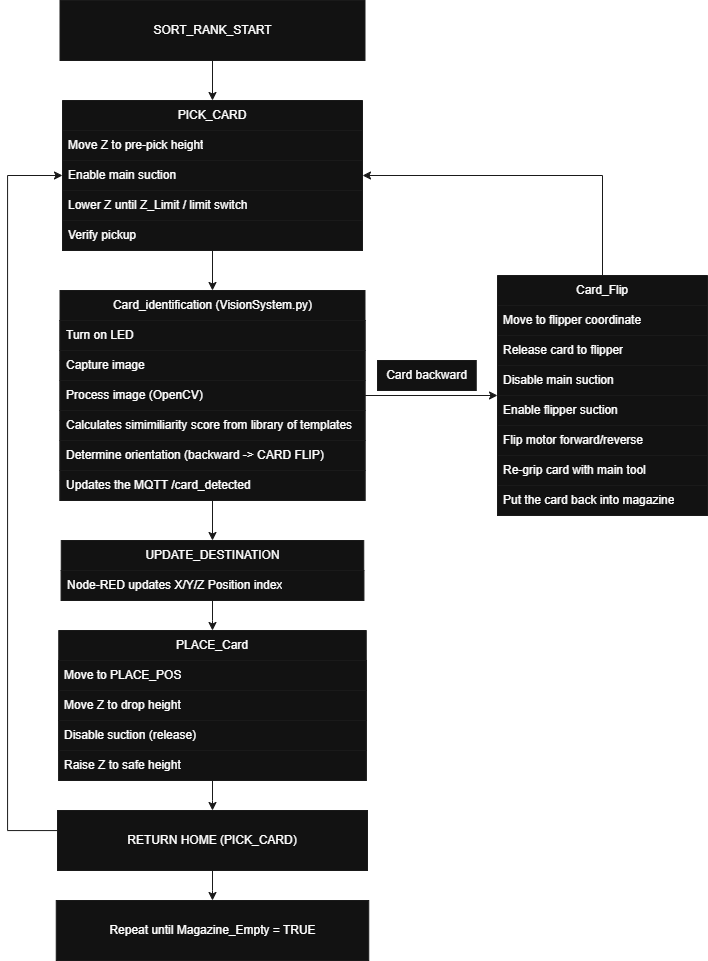
Above: image/sequential_diagram_ranks.png in Finche01/mechatronics-card-sorting-system (draw.io), before the change. Source tidied: cells renumbered, new cells last; positions are measured from the earlier drawing's top-left corner, leaving out a move shared by most shapes.
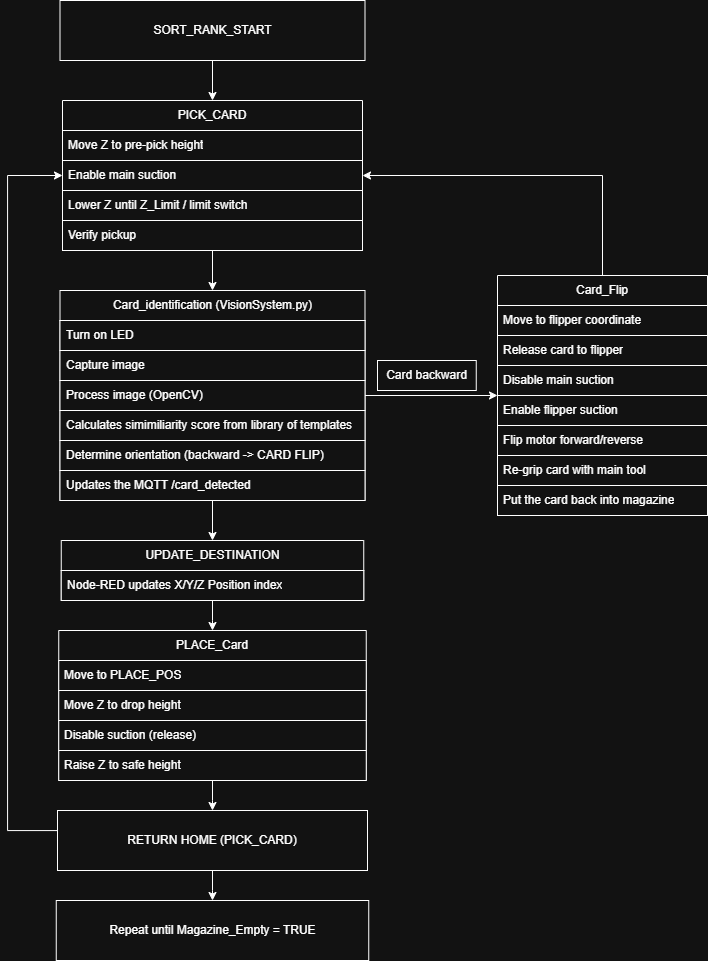
After the commit.

Commit message:
Signed-off-by: Finche01 <j_hyun@outlook.com>

Diff of the diagram source:
```diff
@@ -2,100 +2,100 @@
   <root>
     <mxCell id="0" />
     <mxCell id="1" parent="0" />
-    <mxCell id="2" style="edgeStyle=orthogonalEdgeStyle;rounded=0;jettySize=auto;html=1;strokeColor=light-dark(#000000,#1A1A1A);" parent="1" edge="1" source="3" target="20">
+    <mxCell id="2" style="edgeStyle=orthogonalEdgeStyle;rounded=0;jettySize=auto;html=1;strokeColor=light-dark(#000000,#FFFFFF);" parent="1" edge="1" source="3" target="20">
       <mxGeometry relative="1" as="geometry" />
     </mxCell>
-    <mxCell id="3" value="PICK_CARD" style="swimlane;fontStyle=0;horizontal=1;startSize=30;whiteSpace=wrap;html=1;strokeColor=light-dark(#000000,#1A1A1A);" parent="1" vertex="1">
+    <mxCell id="3" value="PICK_CARD" style="swimlane;fontStyle=0;horizontal=1;startSize=30;whiteSpace=wrap;html=1;strokeColor=light-dark(#000000,#FFFFFF);" parent="1" vertex="1">
       <mxGeometry x="55" y="100" width="300" height="150" as="geometry" />
     </mxCell>
-    <mxCell id="4" value=" Move Z to pre-pick height" style="text;strokeColor=light-dark(#000000,#1A1A1A);fillColor=default;align=left;verticalAlign=middle;spacingLeft=4;spacingRight=4;overflow=hidden;whiteSpace=wrap;html=1;" parent="3" vertex="1">
+    <mxCell id="4" value=" Move Z to pre-pick height" style="text;strokeColor=light-dark(#000000,#FFFFFF);fillColor=default;align=left;verticalAlign=middle;spacingLeft=4;spacingRight=4;overflow=hidden;whiteSpace=wrap;html=1;" parent="3" vertex="1">
       <mxGeometry y="30" width="300" height="30" as="geometry" />
     </mxCell>
-    <mxCell id="5" value="Enable main suction" style="text;strokeColor=light-dark(#000000,#1A1A1A);fillColor=default;align=left;verticalAlign=middle;spacingLeft=4;spacingRight=4;overflow=hidden;points=[[0,0.5],[1,0.5]];portConstraint=eastwest;whiteSpace=wrap;html=1;" parent="3" vertex="1">
+    <mxCell id="5" value="Enable main suction" style="text;strokeColor=light-dark(#000000,#FFFFFF);fillColor=default;align=left;verticalAlign=middle;spacingLeft=4;spacingRight=4;overflow=hidden;points=[[0,0.5],[1,0.5]];portConstraint=eastwest;whiteSpace=wrap;html=1;" parent="3" vertex="1">
       <mxGeometry y="60" width="300" height="30" as="geometry" />
     </mxCell>
-    <mxCell id="6" value="Lower Z until Z_Limit / limit switch&amp;nbsp;" style="text;strokeColor=light-dark(#000000,#1A1A1A);fillColor=default;align=left;verticalAlign=middle;spacingLeft=4;spacingRight=4;overflow=hidden;whiteSpace=wrap;html=1;" parent="3" vertex="1">
+    <mxCell id="6" value="Lower Z until Z_Limit / limit switch&amp;nbsp;" style="text;strokeColor=light-dark(#000000,#FFFFFF);fillColor=default;align=left;verticalAlign=middle;spacingLeft=4;spacingRight=4;overflow=hidden;whiteSpace=wrap;html=1;" parent="3" vertex="1">
       <mxGeometry y="90" width="300" height="30" as="geometry" />
     </mxCell>
-    <mxCell id="7" value="Verify pickup" style="text;strokeColor=light-dark(#000000,#1A1A1A);fillColor=default;align=left;verticalAlign=middle;spacingLeft=4;spacingRight=4;overflow=hidden;whiteSpace=wrap;html=1;" parent="3" vertex="1">
+    <mxCell id="7" value="Verify pickup" style="text;strokeColor=light-dark(#000000,#FFFFFF);fillColor=default;align=left;verticalAlign=middle;spacingLeft=4;spacingRight=4;overflow=hidden;whiteSpace=wrap;html=1;" parent="3" vertex="1">
       <mxGeometry y="120" width="300" height="30" as="geometry" />
     </mxCell>
-    <mxCell id="8" style="edgeStyle=orthogonalEdgeStyle;rounded=0;jettySize=auto;html=1;entryX=1;entryY=0.5;entryDx=0;entryDy=0;strokeColor=light-dark(#000000,#1A1A1A);" parent="1" edge="1" source="9" target="5">
+    <mxCell id="8" style="edgeStyle=orthogonalEdgeStyle;rounded=0;jettySize=auto;html=1;entryX=1;entryY=0.5;entryDx=0;entryDy=0;strokeColor=light-dark(#000000,#FFFFFF);" parent="1" edge="1" source="9" target="5">
       <mxGeometry relative="1" as="geometry" />
     </mxCell>
-    <mxCell id="9" value="Card_Flip" style="swimlane;fontStyle=0;horizontal=1;startSize=30;whiteSpace=wrap;html=1;strokeColor=light-dark(#000000,#1A1A1A);" parent="1" vertex="1">
+    <mxCell id="9" value="Card_Flip" style="swimlane;fontStyle=0;horizontal=1;startSize=30;whiteSpace=wrap;html=1;strokeColor=light-dark(#000000,#FFFFFF);" parent="1" vertex="1">
       <mxGeometry x="490" y="275" width="210" height="240" as="geometry" />
     </mxCell>
-    <mxCell id="10" value="Move to flipper coordinate" style="text;strokeColor=light-dark(#000000,#1A1A1A);fillColor=default;align=left;verticalAlign=middle;spacingLeft=4;spacingRight=4;overflow=hidden;whiteSpace=wrap;html=1;" parent="9" vertex="1">
+    <mxCell id="10" value="Move to flipper coordinate" style="text;strokeColor=light-dark(#000000,#FFFFFF);fillColor=default;align=left;verticalAlign=middle;spacingLeft=4;spacingRight=4;overflow=hidden;whiteSpace=wrap;html=1;" parent="9" vertex="1">
       <mxGeometry y="30" width="210" height="30" as="geometry" />
     </mxCell>
-    <mxCell id="11" value="Release card to flipper" style="text;strokeColor=light-dark(#000000,#1A1A1A);fillColor=default;align=left;verticalAlign=middle;spacingLeft=4;spacingRight=4;overflow=hidden;whiteSpace=wrap;html=1;" parent="9" vertex="1">
+    <mxCell id="11" value="Release card to flipper" style="text;strokeColor=light-dark(#000000,#FFFFFF);fillColor=default;align=left;verticalAlign=middle;spacingLeft=4;spacingRight=4;overflow=hidden;whiteSpace=wrap;html=1;" parent="9" vertex="1">
       <mxGeometry y="60" width="210" height="30" as="geometry" />
     </mxCell>
-    <mxCell id="12" value="Disable main suction" style="text;strokeColor=light-dark(#000000,#1A1A1A);fillColor=default;align=left;verticalAlign=middle;spacingLeft=4;spacingRight=4;overflow=hidden;whiteSpace=wrap;html=1;" parent="9" vertex="1">
+    <mxCell id="12" value="Disable main suction" style="text;strokeColor=light-dark(#000000,#FFFFFF);fillColor=default;align=left;verticalAlign=middle;spacingLeft=4;spacingRight=4;overflow=hidden;whiteSpace=wrap;html=1;" parent="9" vertex="1">
       <mxGeometry y="90" width="210" height="30" as="geometry" />
     </mxCell>
-    <mxCell id="13" value="Enable flipper suction" style="text;strokeColor=light-dark(#000000,#1A1A1A);fillColor=default;align=left;verticalAlign=middle;spacingLeft=4;spacingRight=4;overflow=hidden;whiteSpace=wrap;html=1;" parent="9" vertex="1">
+    <mxCell id="13" value="Enable flipper suction" style="text;strokeColor=light-dark(#000000,#FFFFFF);fillColor=default;align=left;verticalAlign=middle;spacingLeft=4;spacingRight=4;overflow=hidden;whiteSpace=wrap;html=1;" parent="9" vertex="1">
       <mxGeometry y="120" width="210" height="30" as="geometry" />
     </mxCell>
-    <mxCell id="14" value="Flip motor forward/reverse" style="text;strokeColor=light-dark(#000000,#1A1A1A);fillColor=default;align=left;verticalAlign=middle;spacingLeft=4;spacingRight=4;overflow=hidden;whiteSpace=wrap;html=1;" parent="9" vertex="1">
+    <mxCell id="14" value="Flip motor forward/reverse" style="text;strokeColor=light-dark(#000000,#FFFFFF);fillColor=default;align=left;verticalAlign=middle;spacingLeft=4;spacingRight=4;overflow=hidden;whiteSpace=wrap;html=1;" parent="9" vertex="1">
       <mxGeometry y="150" width="210" height="30" as="geometry" />
     </mxCell>
-    <mxCell id="15" value="Re-grip card with main tool" style="text;strokeColor=light-dark(#000000,#1A1A1A);fillColor=default;align=left;verticalAlign=middle;spacingLeft=4;spacingRight=4;overflow=hidden;whiteSpace=wrap;html=1;" parent="9" vertex="1">
+    <mxCell id="15" value="Re-grip card with main tool" style="text;strokeColor=light-dark(#000000,#FFFFFF);fillColor=default;align=left;verticalAlign=middle;spacingLeft=4;spacingRight=4;overflow=hidden;whiteSpace=wrap;html=1;" parent="9" vertex="1">
       <mxGeometry y="180" width="210" height="30" as="geometry" />
     </mxCell>
-    <mxCell id="16" value="Put the card back into magazine" style="text;strokeColor=light-dark(#000000,#1A1A1A);fillColor=default;align=left;verticalAlign=middle;spacingLeft=4;spacingRight=4;overflow=hidden;whiteSpace=wrap;html=1;" parent="9" vertex="1">
+    <mxCell id="16" value="Put the card back into magazine" style="text;strokeColor=light-dark(#000000,#FFFFFF);fillColor=default;align=left;verticalAlign=middle;spacingLeft=4;spacingRight=4;overflow=hidden;whiteSpace=wrap;html=1;" parent="9" vertex="1">
       <mxGeometry y="210" width="210" height="30" as="geometry" />
     </mxCell>
-    <mxCell id="17" value="Card backward" style="text;html=1;whiteSpace=wrap;strokeColor=light-dark(#000000,#1A1A1A);fillColor=default;align=center;verticalAlign=middle;rounded=0;" parent="1" vertex="1">
+    <mxCell id="17" value="Card backward" style="text;html=1;whiteSpace=wrap;strokeColor=light-dark(#000000,#FFFFFF);fillColor=default;align=center;verticalAlign=middle;rounded=0;" parent="1" vertex="1">
       <mxGeometry x="370" y="360" width="98.8" height="30" as="geometry" />
     </mxCell>
-    <mxCell id="18" style="edgeStyle=orthogonalEdgeStyle;rounded=0;jettySize=auto;html=1;strokeColor=light-dark(#000000,#1A1A1A);" parent="1" edge="1" source="20" target="9">
+    <mxCell id="18" style="edgeStyle=orthogonalEdgeStyle;rounded=0;jettySize=auto;html=1;strokeColor=light-dark(#000000,#FFFFFF);" parent="1" edge="1" source="20" target="9">
       <mxGeometry relative="1" as="geometry" />
     </mxCell>
-    <mxCell id="19" style="edgeStyle=orthogonalEdgeStyle;rounded=0;jettySize=auto;html=1;entryX=0.5;entryY=0;entryDx=0;entryDy=0;strokeColor=light-dark(#000000,#1A1A1A);" parent="1" edge="1" source="20" target="39">
+    <mxCell id="19" style="edgeStyle=orthogonalEdgeStyle;rounded=0;jettySize=auto;html=1;entryX=0.5;entryY=0;entryDx=0;entryDy=0;strokeColor=light-dark(#000000,#FFFFFF);" parent="1" edge="1" source="20" target="39">
       <mxGeometry relative="1" as="geometry" />
     </mxCell>
-    <mxCell id="20" value="Card_identification (VisionSystem.py)" style="swimlane;fontStyle=0;horizontal=1;startSize=30;whiteSpace=wrap;html=1;strokeColor=light-dark(#000000,#1A1A1A);" parent="1" vertex="1">
+    <mxCell id="20" value="Card_identification (VisionSystem.py)" style="swimlane;fontStyle=0;horizontal=1;startSize=30;whiteSpace=wrap;html=1;strokeColor=light-dark(#000000,#FFFFFF);" parent="1" vertex="1">
       <mxGeometry x="52.5" y="290" width="305" height="210" as="geometry" />
     </mxCell>
-    <mxCell id="21" value="Turn on LED" style="text;strokeColor=light-dark(#000000,#1A1A1A);fillColor=default;align=left;verticalAlign=middle;spacingLeft=4;spacingRight=4;overflow=hidden;whiteSpace=wrap;html=1;" parent="20" vertex="1">
+    <mxCell id="21" value="Turn on LED" style="text;strokeColor=light-dark(#000000,#FFFFFF);fillColor=default;align=left;verticalAlign=middle;spacingLeft=4;spacingRight=4;overflow=hidden;whiteSpace=wrap;html=1;" parent="20" vertex="1">
       <mxGeometry y="30" width="305" height="30" as="geometry" />
     </mxCell>
-    <mxCell id="22" value="Capture image" style="text;strokeColor=light-dark(#000000,#1A1A1A);fillColor=default;align=left;verticalAlign=middle;spacingLeft=4;spacingRight=4;overflow=hidden;whiteSpace=wrap;html=1;" parent="20" vertex="1">
+    <mxCell id="22" value="Capture image" style="text;strokeColor=light-dark(#000000,#FFFFFF);fillColor=default;align=left;verticalAlign=middle;spacingLeft=4;spacingRight=4;overflow=hidden;whiteSpace=wrap;html=1;" parent="20" vertex="1">
       <mxGeometry y="60" width="305" height="30" as="geometry" />
     </mxCell>
-    <mxCell id="23" value="Process image (OpenCV)" style="text;strokeColor=light-dark(#000000,#1A1A1A);fillColor=default;align=left;verticalAlign=middle;spacingLeft=4;spacingRight=4;overflow=hidden;whiteSpace=wrap;html=1;" parent="20" vertex="1">
+    <mxCell id="23" value="Process image (OpenCV)" style="text;strokeColor=light-dark(#000000,#FFFFFF);fillColor=default;align=left;verticalAlign=middle;spacingLeft=4;spacingRight=4;overflow=hidden;whiteSpace=wrap;html=1;" parent="20" vertex="1">
       <mxGeometry y="90" width="305" height="30" as="geometry" />
     </mxCell>
-    <mxCell id="24" value="Calculates simimiliarity score from library of templates" style="text;strokeColor=light-dark(#000000,#1A1A1A);fillColor=default;align=left;verticalAlign=middle;spacingLeft=4;spacingRight=4;overflow=hidden;whiteSpace=wrap;html=1;" parent="20" vertex="1">
+    <mxCell id="24" value="Calculates simimiliarity score from library of templates" style="text;strokeColor=light-dark(#000000,#FFFFFF);fillColor=default;align=left;verticalAlign=middle;spacingLeft=4;spacingRight=4;overflow=hidden;whiteSpace=wrap;html=1;" parent="20" vertex="1">
       <mxGeometry y="120" width="305" height="30" as="geometry" />
     </mxCell>
-    <mxCell id="25" value="Determine orientation (backward -&amp;gt; CARD FLIP)" style="text;strokeColor=light-dark(#000000,#1A1A1A);fillColor=default;align=left;verticalAlign=middle;spacingLeft=4;spacingRight=4;overflow=hidden;whiteSpace=wrap;html=1;" parent="20" vertex="1">
+    <mxCell id="25" value="Determine orientation (backward -&amp;gt; CARD FLIP)" style="text;strokeColor=light-dark(#000000,#FFFFFF);fillColor=default;align=left;verticalAlign=middle;spacingLeft=4;spacingRight=4;overflow=hidden;whiteSpace=wrap;html=1;" parent="20" vertex="1">
       <mxGeometry y="150" width="305" height="30" as="geometry" />
     </mxCell>
-    <mxCell id="26" value="Updates the MQTT /card_detected" style="text;strokeColor=light-dark(#000000,#1A1A1A);fillColor=default;align=left;verticalAlign=middle;spacingLeft=4;spacingRight=4;overflow=hidden;whiteSpace=wrap;html=1;" parent="20" vertex="1">
+    <mxCell id="26" value="Updates the MQTT /card_detected" style="text;strokeColor=light-dark(#000000,#FFFFFF);fillColor=default;align=left;verticalAlign=middle;spacingLeft=4;spacingRight=4;overflow=hidden;whiteSpace=wrap;html=1;" parent="20" vertex="1">
       <mxGeometry y="180" width="305" height="30" as="geometry" />
     </mxCell>
-    <mxCell id="27" style="edgeStyle=orthogonalEdgeStyle;rounded=0;jettySize=auto;html=1;strokeColor=light-dark(#000000,#1A1A1A);" parent="1" edge="1" source="28" target="35">
+    <mxCell id="27" style="edgeStyle=orthogonalEdgeStyle;rounded=0;jettySize=auto;html=1;strokeColor=light-dark(#000000,#FFFFFF);" parent="1" edge="1" source="28" target="35">
       <mxGeometry relative="1" as="geometry" />
     </mxCell>
-    <mxCell id="28" value="PLACE_Card" style="swimlane;fontStyle=0;horizontal=1;startSize=30;whiteSpace=wrap;html=1;strokeColor=light-dark(#000000,#1A1A1A);" parent="1" vertex="1">
+    <mxCell id="28" value="PLACE_Card" style="swimlane;fontStyle=0;horizontal=1;startSize=30;whiteSpace=wrap;html=1;strokeColor=light-dark(#000000,#FFFFFF);" parent="1" vertex="1">
       <mxGeometry x="51.2" y="630" width="307.5" height="150" as="geometry" />
     </mxCell>
-    <mxCell id="29" value="Move to PLACE_POS" style="text;strokeColor=light-dark(#000000,#1A1A1A);fillColor=default;align=left;verticalAlign=middle;spacingLeft=4;spacingRight=4;overflow=hidden;whiteSpace=wrap;html=1;" parent="28" vertex="1">
+    <mxCell id="29" value="Move to PLACE_POS" style="text;strokeColor=light-dark(#000000,#FFFFFF);fillColor=default;align=left;verticalAlign=middle;spacingLeft=4;spacingRight=4;overflow=hidden;whiteSpace=wrap;html=1;" parent="28" vertex="1">
       <mxGeometry y="30" width="307.5" height="30" as="geometry" />
     </mxCell>
-    <mxCell id="30" value="Move Z to drop height" style="text;strokeColor=light-dark(#000000,#1A1A1A);fillColor=default;align=left;verticalAlign=middle;spacingLeft=4;spacingRight=4;overflow=hidden;whiteSpace=wrap;html=1;" parent="28" vertex="1">
+    <mxCell id="30" value="Move Z to drop height" style="text;strokeColor=light-dark(#000000,#FFFFFF);fillColor=default;align=left;verticalAlign=middle;spacingLeft=4;spacingRight=4;overflow=hidden;whiteSpace=wrap;html=1;" parent="28" vertex="1">
       <mxGeometry y="60" width="307.5" height="30" as="geometry" />
     </mxCell>
-    <mxCell id="31" value=" Disable suction (release)" style="text;strokeColor=light-dark(#000000,#1A1A1A);fillColor=default;align=left;verticalAlign=middle;spacingLeft=4;spacingRight=4;overflow=hidden;whiteSpace=wrap;html=1;" parent="28" vertex="1">
+    <mxCell id="31" value=" Disable suction (release)" style="text;strokeColor=light-dark(#000000,#FFFFFF);fillColor=default;align=left;verticalAlign=middle;spacingLeft=4;spacingRight=4;overflow=hidden;whiteSpace=wrap;html=1;" parent="28" vertex="1">
       <mxGeometry y="90" width="307.5" height="30" as="geometry" />
     </mxCell>
-    <mxCell id="32" value="Raise Z to safe height" style="text;strokeColor=light-dark(#000000,#1A1A1A);fillColor=default;align=left;verticalAlign=middle;spacingLeft=4;spacingRight=4;overflow=hidden;whiteSpace=wrap;html=1;" parent="28" vertex="1">
+    <mxCell id="32" value="Raise Z to safe height" style="text;strokeColor=light-dark(#000000,#FFFFFF);fillColor=default;align=left;verticalAlign=middle;spacingLeft=4;spacingRight=4;overflow=hidden;whiteSpace=wrap;html=1;" parent="28" vertex="1">
       <mxGeometry y="120" width="307.5" height="30" as="geometry" />
     </mxCell>
-    <mxCell id="33" style="edgeStyle=orthogonalEdgeStyle;rounded=0;jettySize=auto;html=1;entryX=0;entryY=0.5;entryDx=0;entryDy=0;strokeColor=light-dark(#000000,#1A1A1A);" parent="1" edge="1" source="35" target="5">
+    <mxCell id="33" style="edgeStyle=orthogonalEdgeStyle;rounded=0;jettySize=auto;html=1;entryX=0;entryY=0.5;entryDx=0;entryDy=0;strokeColor=light-dark(#000000,#FFFFFF);" parent="1" edge="1" source="35" target="5">
       <mxGeometry relative="1" as="geometry">
         <Array as="points">
           <mxPoint y="830" />
@@ -103,28 +103,28 @@
         </Array>
       </mxGeometry>
     </mxCell>
-    <mxCell id="34" style="edgeStyle=orthogonalEdgeStyle;rounded=0;jettySize=auto;html=1;strokeColor=light-dark(#000000,#1A1A1A);" parent="1" edge="1" source="35" target="41">
+    <mxCell id="34" style="edgeStyle=orthogonalEdgeStyle;rounded=0;jettySize=auto;html=1;strokeColor=light-dark(#000000,#FFFFFF);" parent="1" edge="1" source="35" target="41">
       <mxGeometry relative="1" as="geometry" />
     </mxCell>
-    <mxCell id="35" value="&lt;div&gt;RETURN HOME (PICK_CARD)&lt;/div&gt;" style="rounded=0;whiteSpace=wrap;html=1;strokeColor=light-dark(#000000,#1A1A1A);" parent="1" vertex="1">
+    <mxCell id="35" value="&lt;div&gt;RETURN HOME (PICK_CARD)&lt;/div&gt;" style="rounded=0;whiteSpace=wrap;html=1;strokeColor=light-dark(#000000,#FFFFFF);" parent="1" vertex="1">
       <mxGeometry x="50" y="810" width="310" height="60" as="geometry" />
     </mxCell>
-    <mxCell id="36" style="edgeStyle=orthogonalEdgeStyle;rounded=0;jettySize=auto;html=1;strokeColor=light-dark(#000000,#1A1A1A);" parent="1" edge="1" source="37" target="3">
+    <mxCell id="36" style="edgeStyle=orthogonalEdgeStyle;rounded=0;jettySize=auto;html=1;strokeColor=light-dark(#000000,#FFFFFF);" parent="1" edge="1" source="37" target="3">
       <mxGeometry relative="1" as="geometry" />
     </mxCell>
-    <mxCell id="37" value="SORT_RANK_START" style="rounded=0;whiteSpace=wrap;html=1;strokeColor=light-dark(#000000,#1A1A1A);" parent="1" vertex="1">
+    <mxCell id="37" value="SORT_RANK_START" style="rounded=0;whiteSpace=wrap;html=1;strokeColor=light-dark(#000000,#FFFFFF);" parent="1" vertex="1">
       <mxGeometry x="52.5" width="305" height="60" as="geometry" />
     </mxCell>
-    <mxCell id="38" style="edgeStyle=orthogonalEdgeStyle;rounded=0;jettySize=auto;html=1;entryX=0.5;entryY=0;entryDx=0;entryDy=0;strokeColor=light-dark(#000000,#1A1A1A);" parent="1" edge="1" source="39" target="28">
+    <mxCell id="38" style="edgeStyle=orthogonalEdgeStyle;rounded=0;jettySize=auto;html=1;entryX=0.5;entryY=0;entryDx=0;entryDy=0;strokeColor=light-dark(#000000,#FFFFFF);" parent="1" edge="1" source="39" target="28">
       <mxGeometry relative="1" as="geometry" />
     </mxCell>
-    <mxCell id="39" value="UPDATE_DESTINATION" style="swimlane;fontStyle=0;horizontal=1;startSize=30;whiteSpace=wrap;html=1;strokeColor=light-dark(#000000,#1A1A1A);" parent="1" vertex="1">
+    <mxCell id="39" value="UPDATE_DESTINATION" style="swimlane;fontStyle=0;horizontal=1;startSize=30;whiteSpace=wrap;html=1;strokeColor=light-dark(#000000,#FFFFFF);" parent="1" vertex="1">
       <mxGeometry x="53.8" y="540" width="302.5" height="60" as="geometry" />
     </mxCell>
-    <mxCell id="40" value="Node-RED updates X/Y/Z Position index" style="text;strokeColor=light-dark(#000000,#1A1A1A);fillColor=default;align=left;verticalAlign=middle;spacingLeft=4;spacingRight=4;overflow=hidden;whiteSpace=wrap;html=1;" parent="39" vertex="1">
+    <mxCell id="40" value="Node-RED updates X/Y/Z Position index" style="text;strokeColor=light-dark(#000000,#FFFFFF);fillColor=default;align=left;verticalAlign=middle;spacingLeft=4;spacingRight=4;overflow=hidden;whiteSpace=wrap;html=1;" parent="39" vertex="1">
       <mxGeometry y="30" width="302.5" height="30" as="geometry" />
     </mxCell>
-    <mxCell id="41" value="Repeat until Magazine_Empty = TRUE" style="rounded=0;whiteSpace=wrap;html=1;strokeColor=light-dark(#000000,#1A1A1A);" parent="1" vertex="1">
+    <mxCell id="41" value="Repeat until Magazine_Empty = TRUE" style="rounded=0;whiteSpace=wrap;html=1;strokeColor=light-dark(#000000,#FFFFFF);" parent="1" vertex="1">
       <mxGeometry x="48.8" y="900" width="312.5" height="60" as="geometry" />
     </mxCell>
   </root>
```
